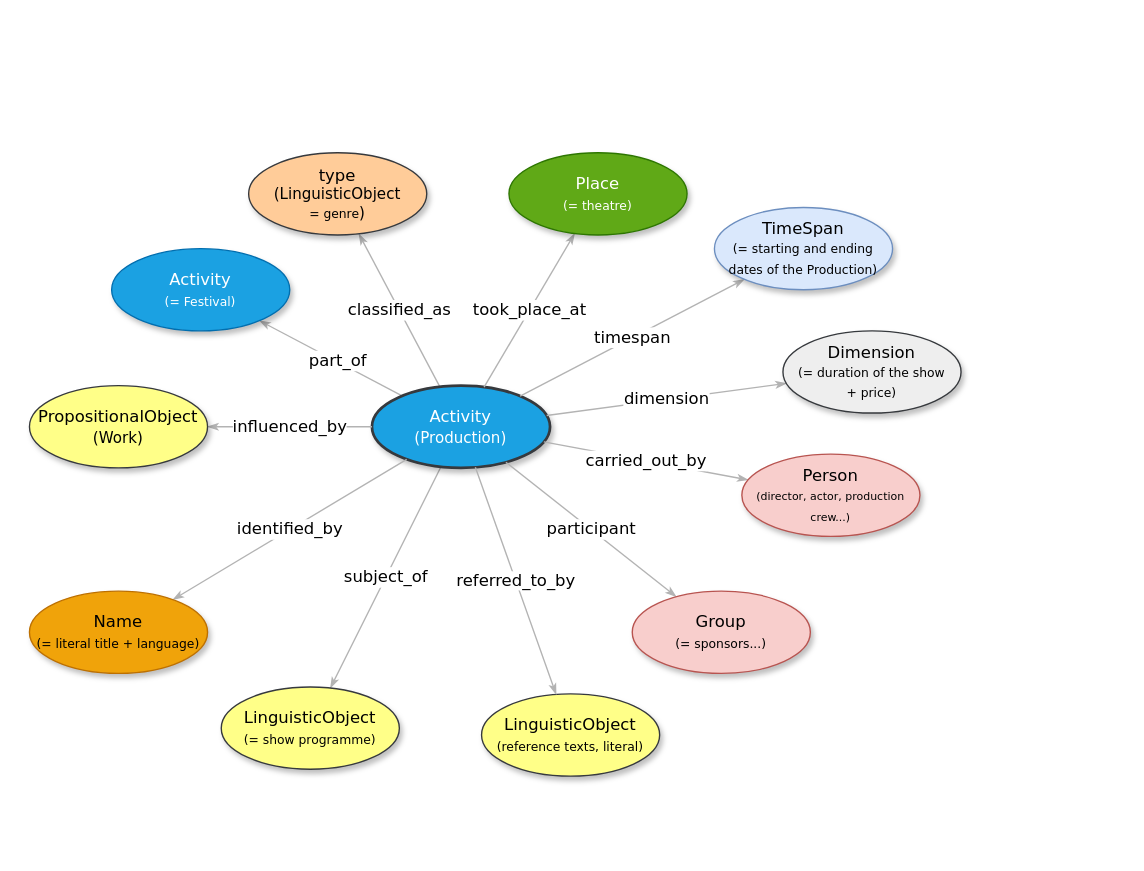
Before: Figures-Cookbook/B.drawio in stage-to-data/linked-art-pa, a draw.io diagram. Source tidied: cells renumbered, new cells numbered last; positions are measured from the earlier drawing's top-left corner, leaving out a move shared by most shapes. Both pictures are drawn from the tidied source at 137%, with x=0, y=0 at pixel (29, 152).
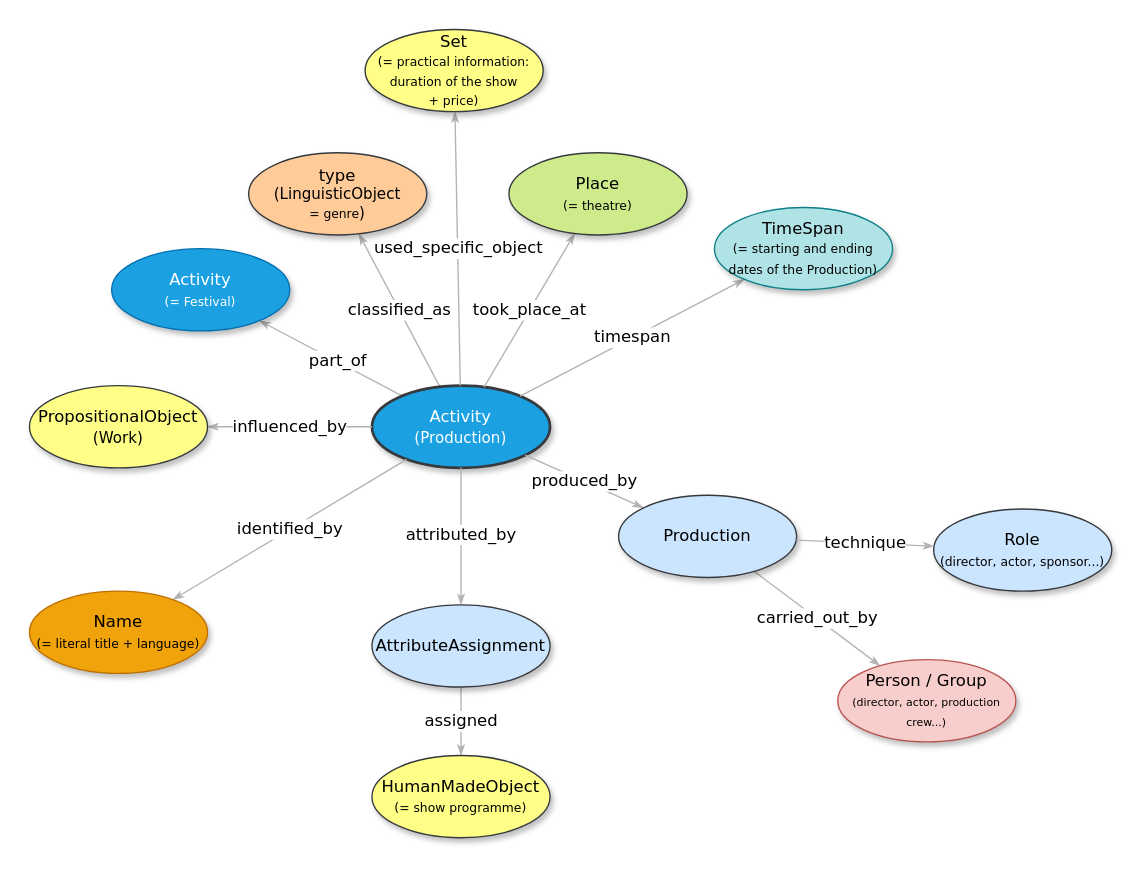
Above is the later version.

The change refers to these unchanged cells:
```xml
<mxCell id="6" value="&lt;div&gt;Activity&lt;/div&gt;&lt;div&gt;&lt;font style=&quot;font-size: 11px;&quot;&gt;(Production)&lt;/font&gt;&lt;/div&gt;" style="ellipse;whiteSpace=wrap;html=1;rounded=0;shadow=1;comic=0;labelBackgroundColor=none;strokeWidth=2;fontFamily=Verdana;fontSize=12;align=center;fillColor=#1ba1e2;strokeColor=#36393D;fontColor=#ffffff;" parent="1" vertex="1">
  <mxGeometry x="250" y="170" width="130" height="60" as="geometry" />
</mxCell>
```

Diff of the diagram source:
```diff
@@
-    <mxCell id="5" value="subject_of" style="edgeStyle=none;rounded=1;html=1;labelBackgroundColor=#FFFFFF;startArrow=none;startFill=0;startSize=5;endArrow=classicThin;endFill=1;endSize=5;jettySize=auto;strokeColor=#B3B3B3;strokeWidth=1;fontFamily=Verdana;fontSize=12;" parent="1" edge="1" source="6" target="11">
+    <mxCell id="5" value="assigned" style="edgeStyle=none;rounded=1;html=1;labelBackgroundColor=#FFFFFF;startArrow=none;startFill=0;startSize=5;endArrow=classicThin;endFill=1;endSize=5;jettySize=auto;strokeColor=#B3B3B3;strokeWidth=1;fontFamily=Verdana;fontSize=12;" parent="1" edge="1" source="32" target="11">
       <mxGeometry relative="1" as="geometry" />
     </mxCell>
@@
-    <mxCell id="10" value="carried_out_by" style="edgeStyle=none;rounded=1;html=1;labelBackgroundColor=#FFFFFF;startArrow=none;startFill=0;startSize=5;endArrow=classicThin;endFill=1;endSize=5;jettySize=auto;strokeColor=#B3B3B3;strokeWidth=1;fontFamily=Verdana;fontSize=12;" parent="1" edge="1" source="6" target="13">
+    <mxCell id="10" value="carried_out_by" style="edgeStyle=none;rounded=1;html=1;labelBackgroundColor=#FFFFFF;startArrow=none;startFill=0;startSize=5;endArrow=classicThin;endFill=1;endSize=5;jettySize=auto;strokeColor=#B3B3B3;strokeWidth=1;fontFamily=Verdana;fontSize=12;" parent="1" edge="1" source="27" target="13">
       <mxGeometry relative="1" as="geometry" />
     </mxCell>
-    <mxCell id="11" value="&lt;span&gt;LinguisticObject&lt;/span&gt;&lt;div&gt;&lt;span&gt;&lt;font style=&quot;font-size: 9px;&quot;&gt;(= show programme)&lt;/font&gt;&lt;/span&gt;&lt;/div&gt;" style="ellipse;whiteSpace=wrap;html=1;rounded=0;shadow=1;comic=0;labelBackgroundColor=none;strokeWidth=1;fontFamily=Verdana;fontSize=12;align=center;fillColor=#ffff88;strokeColor=#36393d;" parent="1" vertex="1">
-      <mxGeometry x="140" y="390" width="130" height="60" as="geometry" />
+    <mxCell id="11" value="&lt;span&gt;HumanMadeObject&lt;/span&gt;&lt;div&gt;&lt;span&gt;&lt;font style=&quot;font-size: 9px;&quot;&gt;(= show programme)&lt;/font&gt;&lt;/span&gt;&lt;/div&gt;" style="ellipse;whiteSpace=wrap;html=1;rounded=0;shadow=1;comic=0;labelBackgroundColor=none;strokeWidth=1;fontFamily=Verdana;fontSize=12;align=center;fillColor=#ffff88;strokeColor=#36393d;" parent="1" vertex="1">
+      <mxGeometry x="250" y="440" width="130" height="60" as="geometry" />
     </mxCell>
-    <mxCell id="12" value="participant" style="edgeStyle=none;rounded=1;html=1;labelBackgroundColor=#FFFFFF;startArrow=none;startFill=0;startSize=5;endArrow=classicThin;endFill=1;endSize=5;jettySize=auto;strokeColor=#B3B3B3;strokeWidth=1;fontFamily=Verdana;fontSize=12;" parent="1" edge="1" source="6" target="14">
-      <mxGeometry relative="1" as="geometry" />
-    </mxCell>
-    <mxCell id="13" value="&lt;span&gt;Person&lt;/span&gt;&lt;div&gt;&lt;span&gt;&lt;font style=&quot;font-size: 8px;&quot;&gt;(director, actor, production crew...)&lt;/font&gt;&lt;/span&gt;&lt;/div&gt;" style="ellipse;whiteSpace=wrap;html=1;rounded=0;shadow=1;comic=0;labelBackgroundColor=none;strokeWidth=1;fontFamily=Verdana;fontSize=12;align=center;fillColor=#f8cecc;strokeColor=#b85450;" parent="1" vertex="1">
-      <mxGeometry x="520" y="220" width="130" height="60" as="geometry" />
+    <mxCell id="13" value="&lt;span&gt;Person / Group&lt;/span&gt;&lt;div&gt;&lt;span&gt;&lt;font style=&quot;font-size: 8px;&quot;&gt;(director, actor, production crew...)&lt;/font&gt;&lt;/span&gt;&lt;/div&gt;" style="ellipse;whiteSpace=wrap;html=1;rounded=0;shadow=1;comic=0;labelBackgroundColor=none;strokeWidth=1;fontFamily=Verdana;fontSize=12;align=center;fillColor=#f8cecc;strokeColor=#b85450;" parent="1" vertex="1">
+      <mxGeometry x="590" y="370" width="130" height="60" as="geometry" />
     </mxCell>
-    <mxCell id="14" value="&lt;span&gt;Group&lt;/span&gt;&lt;div&gt;&lt;span&gt;&lt;font style=&quot;font-size: 9px;&quot;&gt;(= sponsors...)&lt;/font&gt;&lt;/span&gt;&lt;/div&gt;" style="ellipse;whiteSpace=wrap;html=1;rounded=0;shadow=1;comic=0;labelBackgroundColor=none;strokeWidth=1;fontFamily=Verdana;fontSize=12;align=center;rotation=0;fillColor=#f8cecc;strokeColor=#b85450;" parent="1" vertex="1">
-      <mxGeometry x="440" y="320" width="130" height="60" as="geometry" />
-    </mxCell>
-    <mxCell id="15" value="dimension" style="edgeStyle=none;rounded=1;html=1;labelBackgroundColor=#FFFFFF;startArrow=none;startFill=0;startSize=5;endArrow=classicThin;endFill=1;endSize=5;jettySize=auto;strokeColor=#B3B3B3;strokeWidth=1;fontFamily=Verdana;fontSize=12;" parent="1" edge="1" source="6" target="18">
+    <mxCell id="15" value="used_specific_object" style="edgeStyle=none;rounded=1;html=1;labelBackgroundColor=#FFFFFF;startArrow=none;startFill=0;startSize=5;endArrow=classicThin;endFill=1;endSize=5;jettySize=auto;strokeColor=#B3B3B3;strokeWidth=1;fontFamily=Verdana;fontSize=12;" parent="1" edge="1" source="6" target="18">
       <mxGeometry relative="1" as="geometry" />
     </mxCell>
-    <mxCell id="16" value="&lt;span&gt;TimeSpan&lt;/span&gt;&lt;div&gt;&lt;span&gt;&lt;font style=&quot;font-size: 9px;&quot;&gt;(= starting and ending dates of the Production)&lt;/font&gt;&lt;/span&gt;&lt;/div&gt;" style="ellipse;whiteSpace=wrap;html=1;rounded=0;shadow=1;comic=0;labelBackgroundColor=none;strokeWidth=1;fontFamily=Verdana;fontSize=12;align=center;fillColor=#dae8fc;strokeColor=#6c8ebf;" parent="1" vertex="1">
+    <mxCell id="16" value="&lt;span&gt;TimeSpan&lt;/span&gt;&lt;div&gt;&lt;span&gt;&lt;font style=&quot;font-size: 9px;&quot;&gt;(= starting and ending dates of the Production)&lt;/font&gt;&lt;/span&gt;&lt;/div&gt;" style="ellipse;whiteSpace=wrap;html=1;rounded=0;shadow=1;comic=0;labelBackgroundColor=none;strokeWidth=1;fontFamily=Verdana;fontSize=12;align=center;fillColor=#b0e3e6;strokeColor=#0e8088;" parent="1" vertex="1">
       <mxGeometry x="500" y="40" width="130" height="60" as="geometry" />
     </mxCell>
-    <mxCell id="17" value="&lt;span&gt;Place&lt;/span&gt;&lt;div&gt;&lt;span&gt;&lt;font style=&quot;font-size: 9px;&quot;&gt;(= theatre)&lt;/font&gt;&lt;/span&gt;&lt;/div&gt;" style="ellipse;whiteSpace=wrap;html=1;rounded=0;shadow=1;comic=0;labelBackgroundColor=none;strokeWidth=1;fontFamily=Verdana;fontSize=12;align=center;fillColor=#60a917;strokeColor=#2D7600;fontColor=#ffffff;" parent="1" vertex="1">
+    <mxCell id="17" value="&lt;span&gt;Place&lt;/span&gt;&lt;div&gt;&lt;span&gt;&lt;font style=&quot;font-size: 9px;&quot;&gt;(= theatre)&lt;/font&gt;&lt;/span&gt;&lt;/div&gt;" style="ellipse;whiteSpace=wrap;html=1;rounded=0;shadow=1;comic=0;labelBackgroundColor=none;strokeWidth=1;fontFamily=Verdana;fontSize=12;align=center;fillColor=#cdeb8b;strokeColor=#36393d;" parent="1" vertex="1">
       <mxGeometry x="350" width="130" height="60" as="geometry" />
     </mxCell>
-    <mxCell id="18" value="Dimension&lt;div&gt;&lt;font style=&quot;font-size: 9px;&quot;&gt;(= duration of the show&lt;/font&gt;&lt;/div&gt;&lt;div&gt;&lt;font style=&quot;font-size: 9px;&quot;&gt;+ price)&lt;/font&gt;&lt;/div&gt;" style="ellipse;whiteSpace=wrap;html=1;rounded=0;shadow=1;comic=0;labelBackgroundColor=none;strokeWidth=1;fontFamily=Verdana;fontSize=12;align=center;fillColor=#eeeeee;strokeColor=#36393d;" parent="1" vertex="1">
-      <mxGeometry x="550" y="130" width="130" height="60" as="geometry" />
+    <mxCell id="18" value="Set&lt;div&gt;&lt;font style=&quot;font-size: 9px;&quot;&gt;(= practical information: duration of the show&lt;/font&gt;&lt;/div&gt;&lt;div&gt;&lt;font style=&quot;font-size: 9px;&quot;&gt;+ price)&lt;/font&gt;&lt;/div&gt;" style="ellipse;whiteSpace=wrap;html=1;rounded=0;shadow=1;comic=0;labelBackgroundColor=none;strokeWidth=1;fontFamily=Verdana;fontSize=12;align=center;fillColor=#ffff88;strokeColor=#36393d;" parent="1" vertex="1">
+      <mxGeometry x="245" y="-90" width="130" height="60" as="geometry" />
     </mxCell>
@@
-    <mxCell id="24" value="&lt;span&gt;LinguisticObject&lt;/span&gt;&lt;div&gt;&lt;span&gt;&lt;font style=&quot;font-size: 9px;&quot;&gt;(reference texts, literal)&lt;/font&gt;&lt;/span&gt;&lt;/div&gt;" style="ellipse;whiteSpace=wrap;html=1;rounded=0;shadow=1;comic=0;labelBackgroundColor=none;strokeWidth=1;fontFamily=Verdana;fontSize=12;align=center;fillColor=#ffff88;strokeColor=#36393d;" parent="1" vertex="1">
-      <mxGeometry x="330" y="395" width="130" height="60" as="geometry" />
-    </mxCell>
-    <mxCell id="25" value="&lt;span style=&quot;background-color: rgb(255, 255, 255);&quot;&gt;referred_to_by&lt;/span&gt;" style="edgeStyle=none;rounded=1;html=1;labelBackgroundColor=none;startArrow=none;startFill=0;startSize=5;endArrow=classicThin;endFill=1;endSize=5;jettySize=auto;strokeColor=#B3B3B3;strokeWidth=1;fontFamily=Verdana;fontSize=12;" parent="1" edge="1" source="6" target="24">
-      <mxGeometry relative="1" as="geometry" />
-    </mxCell>
+    <mxCell id="26" value="produced_by" style="edgeStyle=none;rounded=1;html=1;labelBackgroundColor=#FFFFFF;startArrow=none;startFill=0;startSize=5;endArrow=classicThin;endFill=1;endSize=5;jettySize=auto;strokeColor=#B3B3B3;strokeWidth=1;fontFamily=Verdana;fontSize=12;" parent="1" edge="1" source="6" target="27">
+      <mxGeometry relative="1" as="geometry" />
+    </mxCell>
+    <mxCell id="27" value="&lt;span&gt;Production&lt;/span&gt;" style="ellipse;whiteSpace=wrap;html=1;rounded=0;shadow=1;comic=0;labelBackgroundColor=none;strokeWidth=1;fontFamily=Verdana;fontSize=12;align=center;fillColor=#cce5ff;strokeColor=#36393d;" parent="1" vertex="1">
+      <mxGeometry x="430" y="250" width="130" height="60" as="geometry" />
+    </mxCell>
+    <mxCell id="28" value="&lt;span&gt;Role&lt;/span&gt;&lt;div&gt;&lt;span&gt;&lt;font style=&quot;font-size: 9px;&quot;&gt;(director, actor, sponsor...)&lt;/font&gt;&lt;/span&gt;&lt;/div&gt;" style="ellipse;whiteSpace=wrap;html=1;rounded=0;shadow=1;comic=0;labelBackgroundColor=none;strokeWidth=1;fontFamily=Verdana;fontSize=12;align=center;fillColor=#cce5ff;strokeColor=#36393d;" parent="1" vertex="1">
+      <mxGeometry x="660" y="260" width="130" height="60" as="geometry" />
+    </mxCell>
+    <mxCell id="29" value="technique" style="edgeStyle=none;rounded=1;html=1;labelBackgroundColor=#FFFFFF;startArrow=none;startFill=0;startSize=5;endArrow=classicThin;endFill=1;endSize=5;jettySize=auto;strokeColor=#B3B3B3;strokeWidth=1;fontFamily=Verdana;fontSize=12;" parent="1" edge="1" source="27" target="28">
+      <mxGeometry relative="1" as="geometry" />
+    </mxCell>
+    <mxCell id="30" style="edgeStyle=none;rounded=1;html=1;labelBackgroundColor=#FFFFFF;startArrow=none;startFill=0;startSize=5;endArrow=classicThin;endFill=1;endSize=5;jettySize=auto;strokeColor=#B3B3B3;strokeWidth=1;fontFamily=Verdana;fontSize=12;" parent="1" edge="1" source="6" target="32">
+      <mxGeometry relative="1" as="geometry" />
+    </mxCell>
+    <mxCell id="31" value="&lt;font face=&quot;Verdana&quot; style=&quot;font-size: 12px;&quot;&gt;attributed_by&lt;/font&gt;" style="edgeLabel;html=1;align=center;verticalAlign=middle;" parent="30" vertex="1">
+      <mxGeometry x="-0.04" y="-1" relative="1" as="geometry" />
+    </mxCell>
+    <mxCell id="32" value="&lt;div&gt;&lt;font style=&quot;&quot;&gt;AttributeAssignment&lt;/font&gt;&lt;/div&gt;" style="ellipse;whiteSpace=wrap;html=1;rounded=0;shadow=1;comic=0;labelBackgroundColor=none;strokeWidth=1;fontFamily=Verdana;fontSize=12;align=center;fillColor=#cce5ff;strokeColor=#36393d;" parent="1" vertex="1">
+      <mxGeometry x="250" y="330" width="130" height="60" as="geometry" />
+    </mxCell>
```
